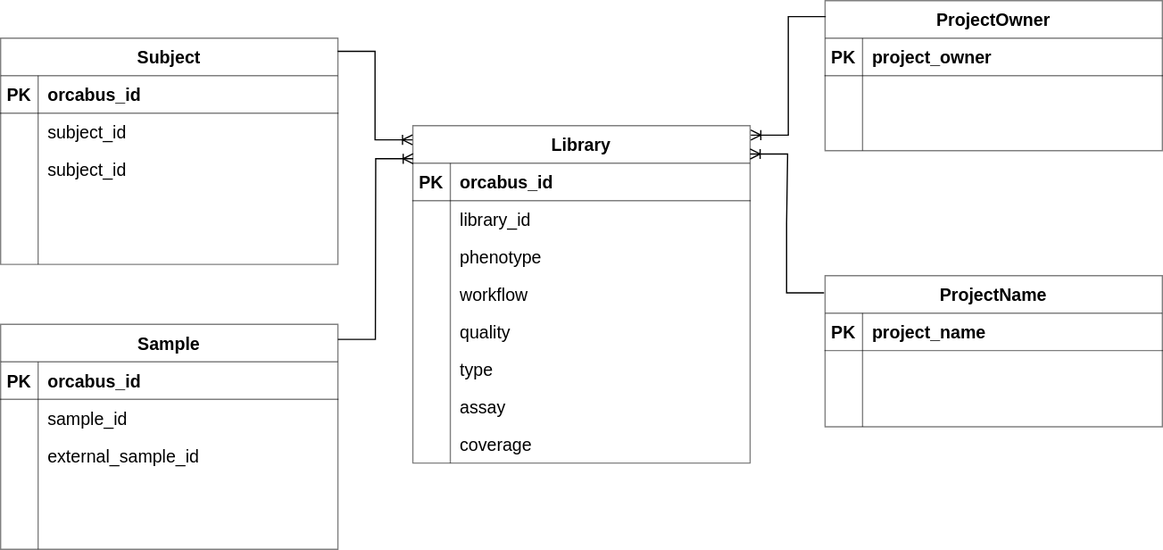
This is lib/workload/stateless/stacks/metadata-manager/docs/schema.drawio.svg from umccr/orcabus, a draw.io export, as it was before one commit. Source tidied: cells renumbered, new cells last; positions are measured from the earlier drawing's top-left corner, leaving out a move shared by most shapes.
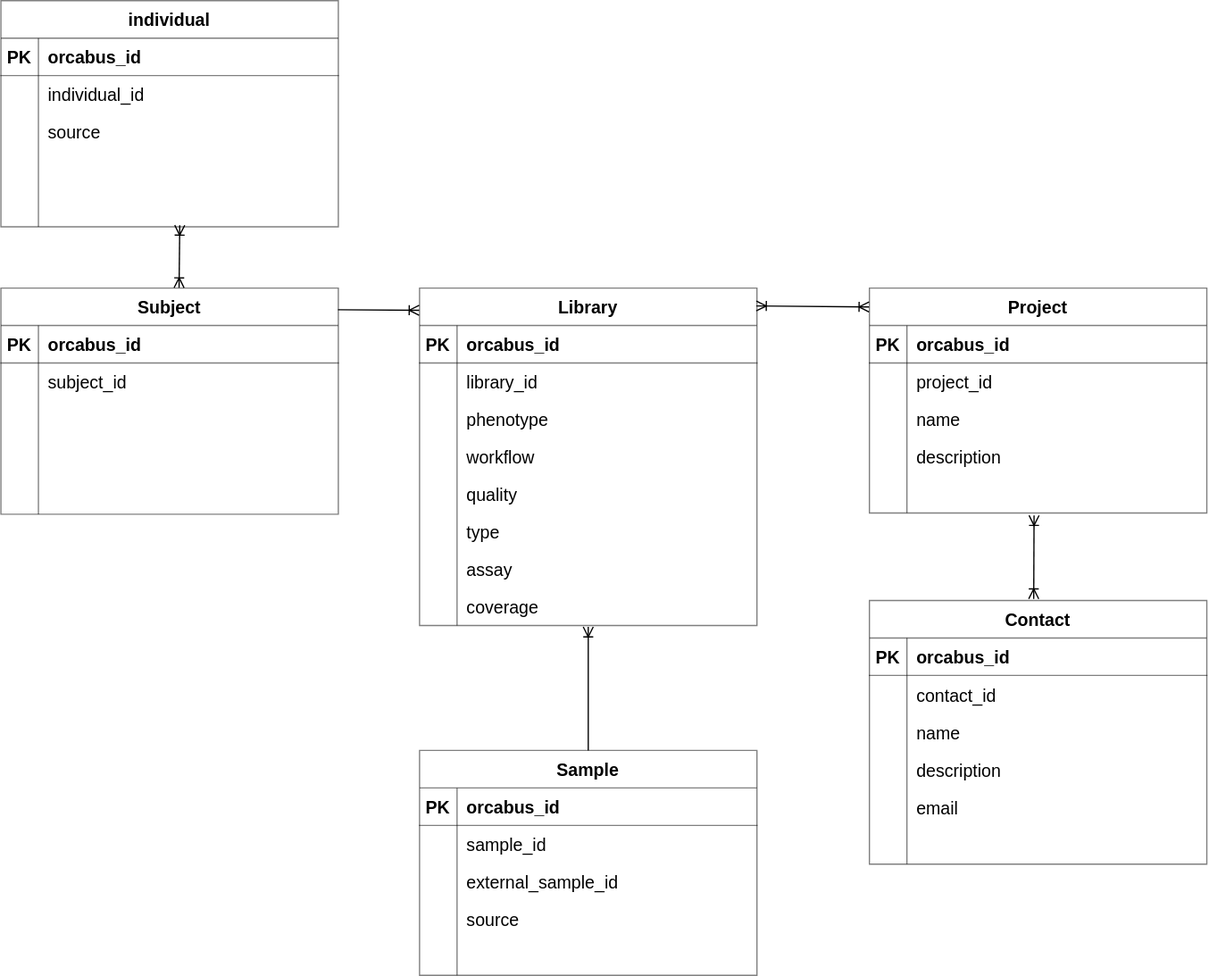
The same file after the commit.

Diff of the diagram source:
```diff
@@ -5,3 +5,3 @@
     <mxCell id="2" value="Library" style="shape=table;startSize=30;rowLines=0;fontStyle=1;align=center;fontSize=14;fillColor=none;opacity=50;" parent="1" vertex="1">
-      <mxGeometry x="330" y="100" width="270" height="270" as="geometry" />
+      <mxGeometry x="330" y="20" width="270" height="270" as="geometry" />
     </mxCell>
@@ -80,3 +80,3 @@
     <mxCell id="27" value="Subject" style="shape=table;startSize=30;rowLines=0;fontStyle=1;align=center;fontSize=14;fillColor=none;opacity=50;" parent="1" vertex="1">
-      <mxGeometry y="30" width="270" height="181" as="geometry" />
+      <mxGeometry x="-5" y="20" width="270" height="181" as="geometry" />
     </mxCell>
@@ -106,3 +106,3 @@
     </mxCell>
-    <mxCell id="36" value="subject_id" style="shape=partialRectangle;fillColor=none;top=0;left=0;bottom=0;right=0;align=left;spacingLeft=6;overflow=hidden;rounded=0;shadow=0;labelBackgroundColor=none;labelBorderColor=none;sketch=0;fontSize=14;" parent="34" vertex="1">
+    <mxCell id="36" style="shape=partialRectangle;fillColor=none;top=0;left=0;bottom=0;right=0;align=left;spacingLeft=6;overflow=hidden;rounded=0;shadow=0;labelBackgroundColor=none;labelBorderColor=none;sketch=0;fontSize=14;" parent="34" vertex="1">
       <mxGeometry x="30" width="240" height="30" as="geometry" />
@@ -128,3 +128,3 @@
     <mxCell id="43" value="Sample" style="shape=table;startSize=30;rowLines=0;fontStyle=1;align=center;fontSize=14;fillColor=none;opacity=50;" parent="1" vertex="1">
-      <mxGeometry y="259" width="270" height="180" as="geometry" />
+      <mxGeometry x="330" y="390" width="270" height="180" as="geometry" />
     </mxCell>
@@ -163,3 +163,3 @@
     </mxCell>
-    <mxCell id="55" style="shape=partialRectangle;fillColor=none;top=0;left=0;bottom=0;right=0;align=left;spacingLeft=6;overflow=hidden;fontSize=14;opacity=50;" parent="53" vertex="1">
+    <mxCell id="55" value="source" style="shape=partialRectangle;fillColor=none;top=0;left=0;bottom=0;right=0;align=left;spacingLeft=6;overflow=hidden;fontSize=14;opacity=50;" parent="53" vertex="1">
       <mxGeometry x="30" width="240" height="30" as="geometry" />
@@ -175,17 +175,4 @@
     </mxCell>
-    <mxCell id="59" style="edgeStyle=entityRelationEdgeStyle;fontSize=12;html=1;endArrow=ERoneToMany;rounded=0;exitX=0.999;exitY=0.058;exitDx=0;exitDy=0;exitPerimeter=0;startArrow=none;startFill=0;entryX=-0.001;entryY=0.042;entryDx=0;entryDy=0;entryPerimeter=0;" parent="1" edge="1" source="27" target="2">
-      <mxGeometry relative="1" as="geometry">
-        <Array as="points">
-          <mxPoint x="290" y="70" />
-          <mxPoint x="430" y="30" />
-        </Array>
-      </mxGeometry>
-    </mxCell>
-    <mxCell id="60" style="edgeStyle=entityRelationEdgeStyle;fontSize=12;html=1;endArrow=ERoneToMany;rounded=0;startArrow=none;startFill=0;entryX=0.001;entryY=0.098;entryDx=0;entryDy=0;entryPerimeter=0;" parent="1" edge="1" target="2">
-      <mxGeometry relative="1" as="geometry">
-        <mxPoint x="270" y="271" as="sourcePoint" />
-      </mxGeometry>
-    </mxCell>
-    <mxCell id="61" value="ProjectOwner" style="shape=table;startSize=30;rowLines=0;fontStyle=1;align=center;fontSize=14;fillColor=none;opacity=50;" parent="1" vertex="1">
-      <mxGeometry x="660" width="270" height="120" as="geometry" />
+    <mxCell id="61" value="Project" style="shape=table;startSize=30;rowLines=0;fontStyle=1;align=center;fontSize=14;fillColor=none;opacity=50;" parent="1" vertex="1">
+      <mxGeometry x="690" y="20" width="270" height="180" as="geometry" />
     </mxCell>
@@ -197,3 +184,3 @@
     </mxCell>
-    <mxCell id="64" value="project_owner" style="shape=partialRectangle;fillColor=none;top=0;left=0;bottom=0;right=0;align=left;spacingLeft=6;fontStyle=1;overflow=hidden;fontSize=14;opacity=50;" parent="62" vertex="1">
+    <mxCell id="64" value="orcabus_id" style="shape=partialRectangle;fillColor=none;top=0;left=0;bottom=0;right=0;align=left;spacingLeft=6;fontStyle=1;overflow=hidden;fontSize=14;opacity=50;" parent="62" vertex="1">
       <mxGeometry x="30" width="240" height="30" as="geometry" />
@@ -206,3 +193,3 @@
     </mxCell>
-    <mxCell id="67" style="shape=partialRectangle;fillColor=none;top=0;left=0;bottom=0;right=0;align=left;spacingLeft=6;overflow=hidden;rounded=0;shadow=0;labelBackgroundColor=#FFFFFF;labelBorderColor=none;sketch=0;fontSize=14;fontColor=#000000;" parent="65" vertex="1">
+    <mxCell id="67" value="project_id" style="shape=partialRectangle;fillColor=none;top=0;left=0;bottom=0;right=0;align=left;spacingLeft=6;overflow=hidden;rounded=0;shadow=0;labelBackgroundColor=#FFFFFF;labelBorderColor=none;sketch=0;fontSize=14;fontColor=#000000;" parent="65" vertex="1">
       <mxGeometry x="30" width="240" height="30" as="geometry" />
@@ -215,7 +202,25 @@
     </mxCell>
-    <mxCell id="70" style="shape=partialRectangle;fillColor=none;top=0;left=0;bottom=0;right=0;align=left;spacingLeft=6;overflow=hidden;rounded=0;shadow=0;labelBackgroundColor=#FFFFFF;labelBorderColor=none;sketch=0;fontSize=14;fontColor=#000000;" parent="68" vertex="1">
+    <mxCell id="70" value="name" style="shape=partialRectangle;fillColor=none;top=0;left=0;bottom=0;right=0;align=left;spacingLeft=6;overflow=hidden;rounded=0;shadow=0;labelBackgroundColor=#FFFFFF;labelBorderColor=none;sketch=0;fontSize=14;fontColor=#000000;" parent="68" vertex="1">
       <mxGeometry x="30" width="240" height="30" as="geometry" />
     </mxCell>
+    <mxCell id="83" style="shape=tableRow;horizontal=0;startSize=0;swimlaneHead=0;swimlaneBody=0;fillColor=none;top=0;left=0;right=0;bottom=0;rounded=0;shadow=0;labelBackgroundColor=#FFFFFF;labelBorderColor=none;sketch=0;fontSize=12;fontColor=#000000;" parent="61" vertex="1">
+      <mxGeometry y="120" width="270" height="30" as="geometry" />
+    </mxCell>
+    <mxCell id="84" style="shape=partialRectangle;fillColor=none;top=0;left=0;bottom=0;right=0;overflow=hidden;rounded=0;shadow=0;labelBackgroundColor=#FFFFFF;labelBorderColor=none;sketch=0;fontSize=12;fontColor=#000000;" parent="83" vertex="1">
+      <mxGeometry width="30" height="30" as="geometry" />
+    </mxCell>
+    <mxCell id="85" value="description" style="shape=partialRectangle;fillColor=none;top=0;left=0;bottom=0;right=0;align=left;spacingLeft=6;overflow=hidden;rounded=0;shadow=0;labelBackgroundColor=#FFFFFF;labelBorderColor=none;sketch=0;fontSize=14;fontColor=#000000;" parent="83" vertex="1">
+      <mxGeometry x="30" width="240" height="30" as="geometry" />
+    </mxCell>
+    <mxCell id="86" style="shape=tableRow;horizontal=0;startSize=0;swimlaneHead=0;swimlaneBody=0;fillColor=none;points=[[0,0.5],[1,0.5]];portConstraint=eastwest;top=0;left=0;right=0;bottom=0;rounded=0;shadow=0;labelBackgroundColor=#FFFFFF;labelBorderColor=none;sketch=0;fontSize=12;fontColor=#000000;" parent="61" vertex="1">
+      <mxGeometry y="150" width="270" height="30" as="geometry" />
+    </mxCell>
+    <mxCell id="87" style="shape=partialRectangle;fillColor=none;top=0;left=0;bottom=0;right=0;overflow=hidden;rounded=0;shadow=0;labelBackgroundColor=#FFFFFF;labelBorderColor=none;sketch=0;fontSize=12;fontColor=#000000;" parent="86" vertex="1">
+      <mxGeometry width="30" height="30" as="geometry" />
+    </mxCell>
+    <mxCell id="88" style="shape=partialRectangle;fillColor=none;top=0;left=0;bottom=0;right=0;align=left;spacingLeft=6;overflow=hidden;rounded=0;shadow=0;labelBackgroundColor=#FFFFFF;labelBorderColor=none;sketch=0;fontSize=14;fontColor=#000000;" parent="86" vertex="1">
+      <mxGeometry x="30" width="240" height="30" as="geometry" />
+    </mxCell>
-    <mxCell id="71" value="ProjectName" style="shape=table;startSize=30;rowLines=0;fontStyle=1;align=center;fontSize=14;fillColor=none;opacity=50;" parent="1" vertex="1">
-      <mxGeometry x="660" y="220" width="270" height="121" as="geometry" />
+    <mxCell id="71" value="Contact" style="shape=table;startSize=30;rowLines=0;fontStyle=1;align=center;fontSize=14;fillColor=none;opacity=50;" parent="1" vertex="1">
+      <mxGeometry x="690" y="270" width="270" height="211" as="geometry" />
     </mxCell>
@@ -227,3 +232,3 @@
     </mxCell>
-    <mxCell id="74" value="project_name" style="shape=partialRectangle;fillColor=none;top=0;left=0;bottom=0;right=0;align=left;spacingLeft=6;fontStyle=1;overflow=hidden;fontSize=14;opacity=50;" parent="72" vertex="1">
+    <mxCell id="74" value="orcabus_id" style="shape=partialRectangle;fillColor=none;top=0;left=0;bottom=0;right=0;align=left;spacingLeft=6;fontStyle=1;overflow=hidden;fontSize=14;opacity=50;" parent="72" vertex="1">
       <mxGeometry x="30" width="240" height="30" as="geometry" />
@@ -236,3 +241,3 @@
     </mxCell>
-    <mxCell id="77" style="shape=partialRectangle;fillColor=none;top=0;left=0;bottom=0;right=0;align=left;spacingLeft=6;overflow=hidden;rounded=0;shadow=0;labelBackgroundColor=#FFFFFF;labelBorderColor=none;sketch=0;fontSize=14;fontColor=#000000;" parent="75" vertex="1">
+    <mxCell id="77" value="contact_id" style="shape=partialRectangle;fillColor=none;top=0;left=0;bottom=0;right=0;align=left;spacingLeft=6;overflow=hidden;rounded=0;shadow=0;labelBackgroundColor=#FFFFFF;labelBorderColor=none;sketch=0;fontSize=14;fontColor=#000000;" parent="75" vertex="1">
       <mxGeometry x="30" width="240" height="31" as="geometry" />
@@ -245,11 +250,95 @@
     </mxCell>
-    <mxCell id="80" style="shape=partialRectangle;fillColor=none;top=0;left=0;bottom=0;right=0;align=left;spacingLeft=6;overflow=hidden;fontSize=14;opacity=50;" parent="78" vertex="1">
+    <mxCell id="80" value="name" style="shape=partialRectangle;fillColor=none;top=0;left=0;bottom=0;right=0;align=left;spacingLeft=6;overflow=hidden;fontSize=14;opacity=50;" parent="78" vertex="1">
       <mxGeometry x="30" width="240" height="30" as="geometry" />
     </mxCell>
-    <mxCell id="81" style="edgeStyle=entityRelationEdgeStyle;fontSize=12;html=1;endArrow=ERoneToMany;rounded=0;exitX=0.002;exitY=0.106;exitDx=0;exitDy=0;exitPerimeter=0;startArrow=none;startFill=0;entryX=1.002;entryY=0.028;entryDx=0;entryDy=0;entryPerimeter=0;" parent="1" edge="1" source="61" target="2">
-      <mxGeometry relative="1" as="geometry" />
-    </mxCell>
-    <mxCell id="82" style="edgeStyle=entityRelationEdgeStyle;fontSize=12;html=1;endArrow=ERoneToMany;rounded=0;exitX=-0.003;exitY=0.114;exitDx=0;exitDy=0;exitPerimeter=0;startArrow=none;startFill=0;entryX=1;entryY=0.084;entryDx=0;entryDy=0;entryPerimeter=0;" parent="1" edge="1" source="71" target="2">
-      <mxGeometry relative="1" as="geometry" />
-    </mxCell>
+    <mxCell id="89" style="shape=tableRow;horizontal=0;startSize=0;swimlaneHead=0;swimlaneBody=0;fillColor=none;top=0;left=0;right=0;bottom=0;fontSize=14;opacity=50;" parent="71" vertex="1">
+      <mxGeometry y="121" width="270" height="30" as="geometry" />
+    </mxCell>
+    <mxCell id="90" style="shape=partialRectangle;fillColor=none;top=0;left=0;bottom=0;right=0;overflow=hidden;fontSize=14;opacity=50;" parent="89" vertex="1">
+      <mxGeometry width="30" height="30" as="geometry" />
+    </mxCell>
+    <mxCell id="91" value="description" style="shape=partialRectangle;fillColor=none;top=0;left=0;bottom=0;right=0;align=left;spacingLeft=6;overflow=hidden;fontSize=14;opacity=50;" parent="89" vertex="1">
+      <mxGeometry x="30" width="240" height="30" as="geometry" />
+    </mxCell>
+    <mxCell id="92" style="shape=tableRow;horizontal=0;startSize=0;swimlaneHead=0;swimlaneBody=0;fillColor=none;top=0;left=0;right=0;bottom=0;fontSize=14;opacity=50;" parent="71" vertex="1">
+      <mxGeometry y="151" width="270" height="30" as="geometry" />
+    </mxCell>
+    <mxCell id="93" style="shape=partialRectangle;fillColor=none;top=0;left=0;bottom=0;right=0;overflow=hidden;fontSize=14;opacity=50;" parent="92" vertex="1">
+      <mxGeometry width="30" height="30" as="geometry" />
+    </mxCell>
+    <mxCell id="94" value="email" style="shape=partialRectangle;fillColor=none;top=0;left=0;bottom=0;right=0;align=left;spacingLeft=6;overflow=hidden;fontSize=14;opacity=50;" parent="92" vertex="1">
+      <mxGeometry x="30" width="240" height="30" as="geometry" />
+    </mxCell>
+    <mxCell id="95" style="shape=tableRow;horizontal=0;startSize=0;swimlaneHead=0;swimlaneBody=0;fillColor=none;top=0;left=0;right=0;bottom=0;fontSize=14;opacity=50;" parent="71" vertex="1">
+      <mxGeometry y="181" width="270" height="30" as="geometry" />
+    </mxCell>
+    <mxCell id="96" style="shape=partialRectangle;fillColor=none;top=0;left=0;bottom=0;right=0;overflow=hidden;fontSize=14;opacity=50;" parent="95" vertex="1">
+      <mxGeometry width="30" height="30" as="geometry" />
+    </mxCell>
+    <mxCell id="97" style="shape=partialRectangle;fillColor=none;top=0;left=0;bottom=0;right=0;align=left;spacingLeft=6;overflow=hidden;fontSize=14;opacity=50;" parent="95" vertex="1">
+      <mxGeometry x="30" width="240" height="30" as="geometry" />
+    </mxCell>
+    <mxCell id="98" style="endArrow=ERoneToMany;html=1;rounded=0;exitX=0.5;exitY=0;exitDx=0;exitDy=0;entryX=0.5;entryY=1.037;entryDx=0;entryDy=0;entryPerimeter=0;endFill=0;" parent="1" edge="1" source="43" target="24">
+      <mxGeometry relative="1" as="geometry" />
+    </mxCell>
+    <mxCell id="59" style="endArrow=ERoneToMany;html=1;rounded=0;exitX=0.999;exitY=0.096;exitDx=0;exitDy=0;exitPerimeter=0;endFill=0;entryX=-0.001;entryY=0.066;entryDx=0;entryDy=0;entryPerimeter=0;" parent="1" edge="1" source="27" target="2">
+      <mxGeometry relative="1" as="geometry" />
+    </mxCell>
+    <mxCell id="99" style="endArrow=ERoneToMany;html=1;rounded=0;exitX=0.998;exitY=0.053;exitDx=0;exitDy=0;exitPerimeter=0;entryX=-0.001;entryY=0.084;entryDx=0;entryDy=0;entryPerimeter=0;startArrow=ERoneToMany;startFill=0;endFill=0;" parent="1" edge="1" source="2" target="61">
+      <mxGeometry relative="1" as="geometry" />
+    </mxCell>
+    <mxCell id="100" style="endArrow=ERoneToMany;html=1;rounded=0;entryX=0.488;entryY=1.064;entryDx=0;entryDy=0;entryPerimeter=0;exitX=0.487;exitY=-0.006;exitDx=0;exitDy=0;exitPerimeter=0;startArrow=ERoneToMany;startFill=0;endFill=0;" parent="1" edge="1" source="71" target="86">
+      <mxGeometry relative="1" as="geometry" />
+    </mxCell>
+    <mxCell id="101" value="individual" style="shape=table;startSize=30;rowLines=0;fontStyle=1;align=center;fontSize=14;fillColor=none;opacity=50;" parent="1" vertex="1">
+      <mxGeometry x="-5" y="-210" width="270" height="181" as="geometry" />
+    </mxCell>
+    <mxCell id="102" style="shape=tableRow;horizontal=0;startSize=0;swimlaneHead=0;swimlaneBody=0;fillColor=none;top=0;left=0;right=0;bottom=1;fontSize=14;opacity=50;" parent="101" vertex="1">
+      <mxGeometry y="30" width="270" height="30" as="geometry" />
+    </mxCell>
+    <mxCell id="103" value="PK" style="shape=partialRectangle;fillColor=none;top=0;left=0;bottom=0;right=0;fontStyle=1;overflow=hidden;fontSize=14;opacity=50;" parent="102" vertex="1">
+      <mxGeometry width="30" height="30" as="geometry" />
+    </mxCell>
+    <mxCell id="104" value="orcabus_id" style="shape=partialRectangle;fillColor=none;top=0;left=0;bottom=0;right=0;align=left;spacingLeft=6;fontStyle=1;overflow=hidden;fontSize=14;opacity=50;" parent="102" vertex="1">
+      <mxGeometry x="30" width="240" height="30" as="geometry" />
+    </mxCell>
+    <mxCell id="105" style="shape=tableRow;horizontal=0;startSize=0;swimlaneHead=0;swimlaneBody=0;fillColor=none;top=0;left=0;right=0;bottom=0;rounded=0;shadow=0;labelBackgroundColor=#FFFFFF;labelBorderColor=none;sketch=0;fontSize=12;fontColor=#000000;" parent="101" vertex="1">
+      <mxGeometry y="60" width="270" height="30" as="geometry" />
+    </mxCell>
+    <mxCell id="106" style="shape=partialRectangle;fillColor=none;top=0;left=0;bottom=0;right=0;overflow=hidden;rounded=0;shadow=0;labelBackgroundColor=#FFFFFF;labelBorderColor=none;sketch=0;fontSize=12;fontColor=#000000;" parent="105" vertex="1">
+      <mxGeometry width="30" height="30" as="geometry" />
+    </mxCell>
+    <mxCell id="107" value="individual_id" style="shape=partialRectangle;fillColor=none;top=0;left=0;bottom=0;right=0;align=left;spacingLeft=6;overflow=hidden;rounded=0;shadow=0;labelBackgroundColor=#FFFFFF;labelBorderColor=none;sketch=0;fontSize=14;fontColor=#000000;" parent="105" vertex="1">
+      <mxGeometry x="30" width="240" height="30" as="geometry" />
+    </mxCell>
+    <mxCell id="108" style="shape=tableRow;horizontal=0;startSize=0;swimlaneHead=0;swimlaneBody=0;fillColor=none;top=0;left=0;right=0;bottom=0;rounded=0;shadow=0;labelBackgroundColor=none;labelBorderColor=none;sketch=0;fontSize=14;" parent="101" vertex="1">
+      <mxGeometry y="90" width="270" height="30" as="geometry" />
+    </mxCell>
+    <mxCell id="109" style="shape=partialRectangle;fillColor=none;top=0;left=0;bottom=0;right=0;overflow=hidden;rounded=0;shadow=0;labelBackgroundColor=none;labelBorderColor=none;sketch=0;fontSize=14;" parent="108" vertex="1">
+      <mxGeometry width="30" height="30" as="geometry" />
+    </mxCell>
+    <mxCell id="110" value="source" style="shape=partialRectangle;fillColor=none;top=0;left=0;bottom=0;right=0;align=left;spacingLeft=6;overflow=hidden;rounded=0;shadow=0;labelBackgroundColor=none;labelBorderColor=none;sketch=0;fontSize=14;" parent="108" vertex="1">
+      <mxGeometry x="30" width="240" height="30" as="geometry" />
+    </mxCell>
+    <mxCell id="111" style="shape=tableRow;horizontal=0;startSize=0;swimlaneHead=0;swimlaneBody=0;fillColor=none;top=0;left=0;right=0;bottom=0;fontSize=14;opacity=50;" parent="101" vertex="1">
+      <mxGeometry y="120" width="270" height="31" as="geometry" />
+    </mxCell>
+    <mxCell id="112" style="shape=partialRectangle;fillColor=none;top=0;left=0;bottom=0;right=0;overflow=hidden;fontSize=14;opacity=50;" parent="111" vertex="1">
+      <mxGeometry width="30" height="31" as="geometry" />
+    </mxCell>
+    <mxCell id="113" style="shape=partialRectangle;fillColor=none;top=0;left=0;bottom=0;right=0;align=left;spacingLeft=6;overflow=hidden;fontSize=14;opacity=50;" parent="111" vertex="1">
+      <mxGeometry x="30" width="240" height="31" as="geometry" />
+    </mxCell>
+    <mxCell id="114" style="shape=tableRow;horizontal=0;startSize=0;swimlaneHead=0;swimlaneBody=0;fillColor=none;points=[[0,0.5],[1,0.5]];portConstraint=eastwest;top=0;left=0;right=0;bottom=0;fontSize=14;opacity=50;" parent="101" vertex="1">
+      <mxGeometry y="151" width="270" height="30" as="geometry" />
+    </mxCell>
+    <mxCell id="115" style="shape=partialRectangle;fillColor=none;top=0;left=0;bottom=0;right=0;overflow=hidden;fontSize=14;opacity=50;" parent="114" vertex="1">
+      <mxGeometry width="30" height="30" as="geometry" />
+    </mxCell>
+    <mxCell id="116" style="shape=partialRectangle;fillColor=none;top=0;left=0;bottom=0;right=0;align=left;spacingLeft=6;overflow=hidden;fontSize=14;opacity=50;" parent="114" vertex="1">
+      <mxGeometry x="30" width="240" height="30" as="geometry" />
+    </mxCell>
+    <mxCell id="117" style="endArrow=ERoneToMany;html=1;rounded=0;entryX=0.53;entryY=0.956;entryDx=0;entryDy=0;entryPerimeter=0;exitX=0.528;exitY=-0.001;exitDx=0;exitDy=0;exitPerimeter=0;startArrow=ERoneToMany;startFill=0;endFill=0;" parent="1" edge="1" source="27" target="114">
+      <mxGeometry relative="1" as="geometry" />
+    </mxCell>
   </root>
```
